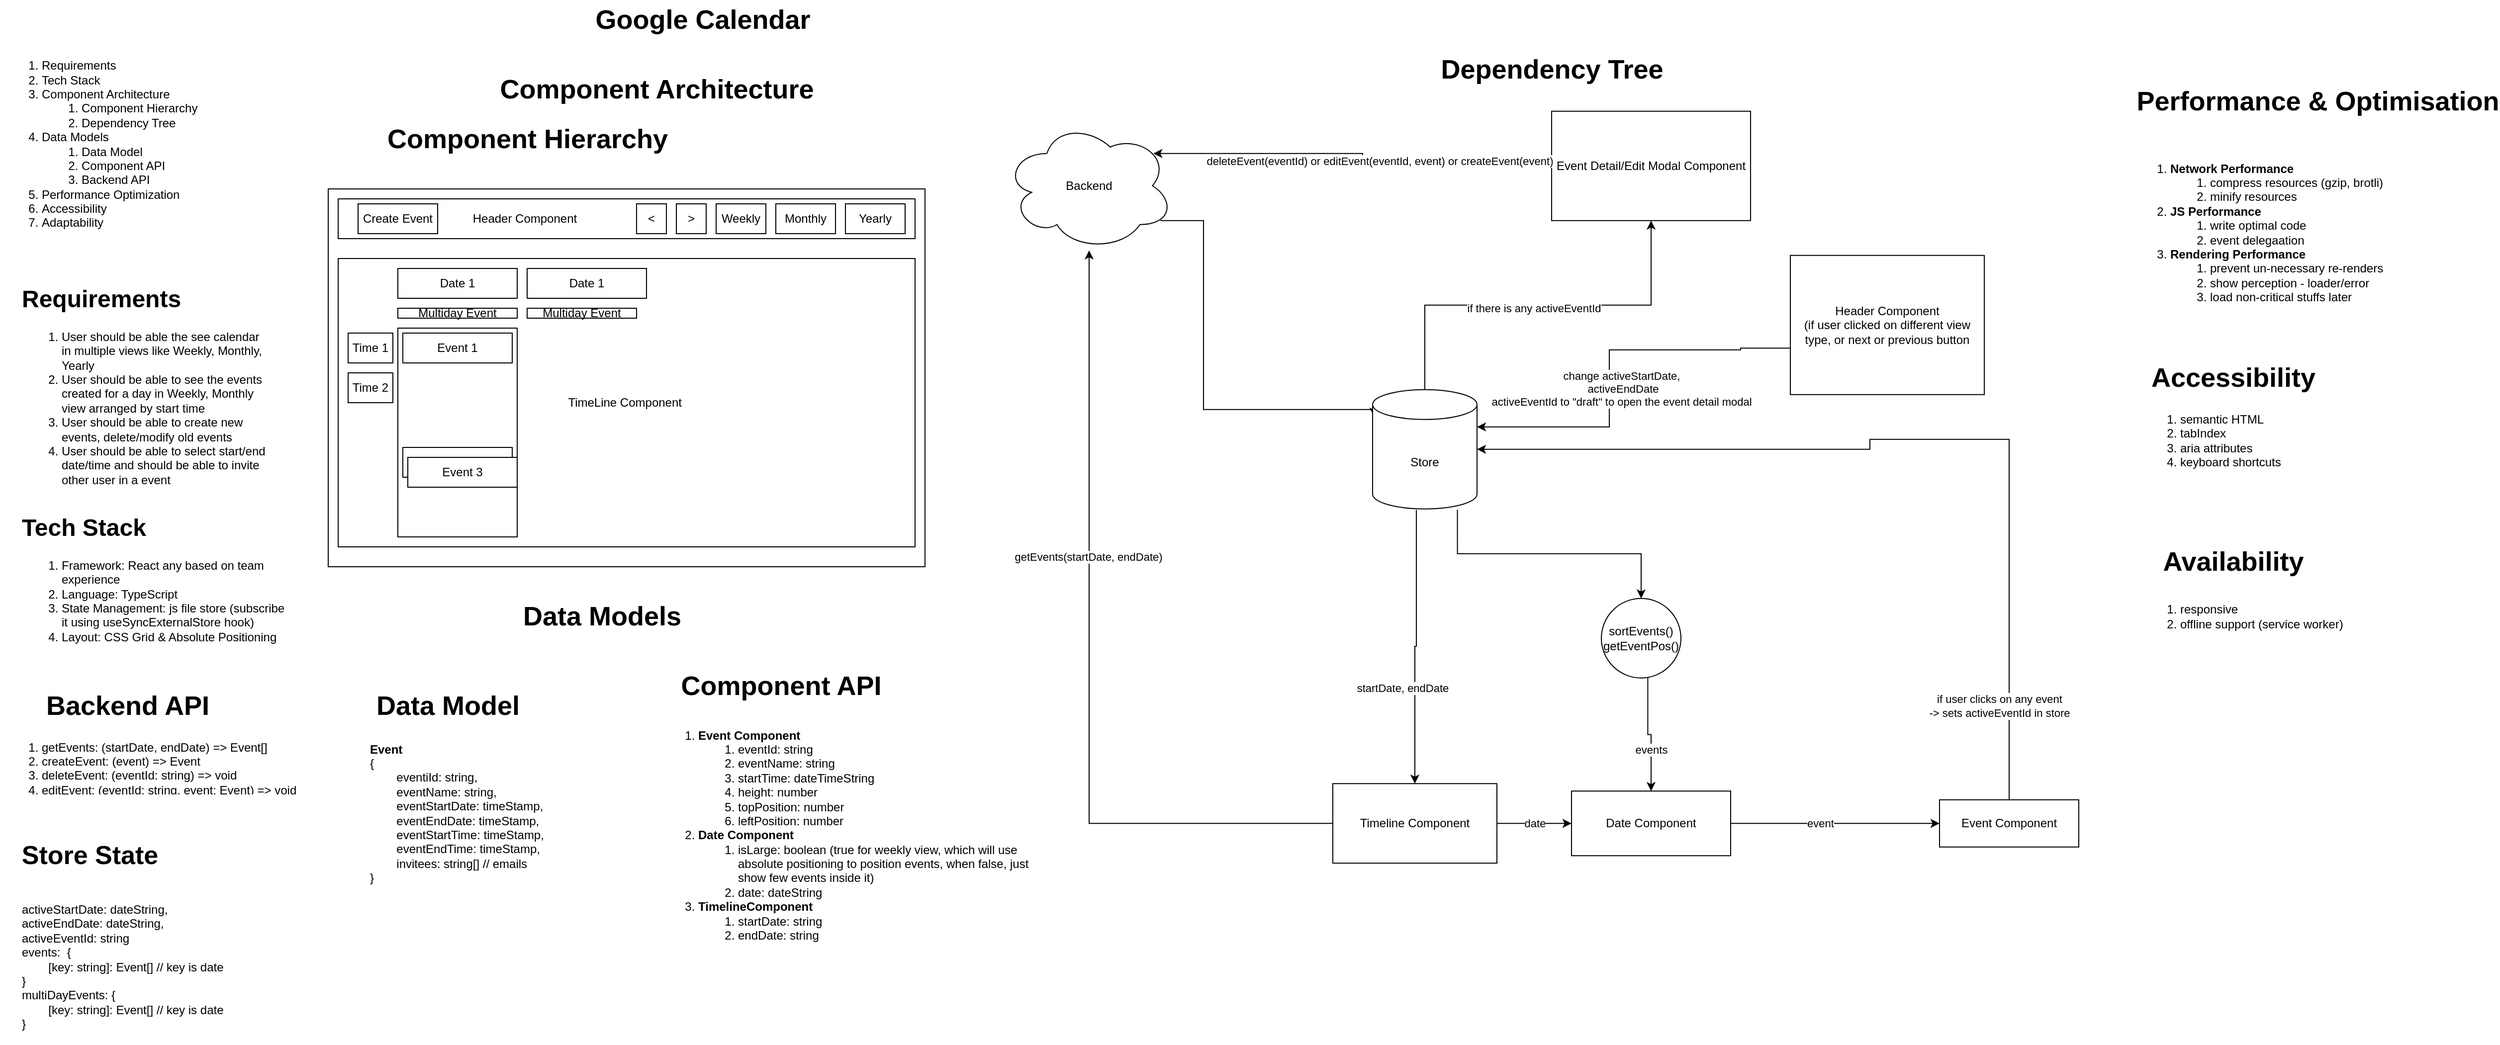
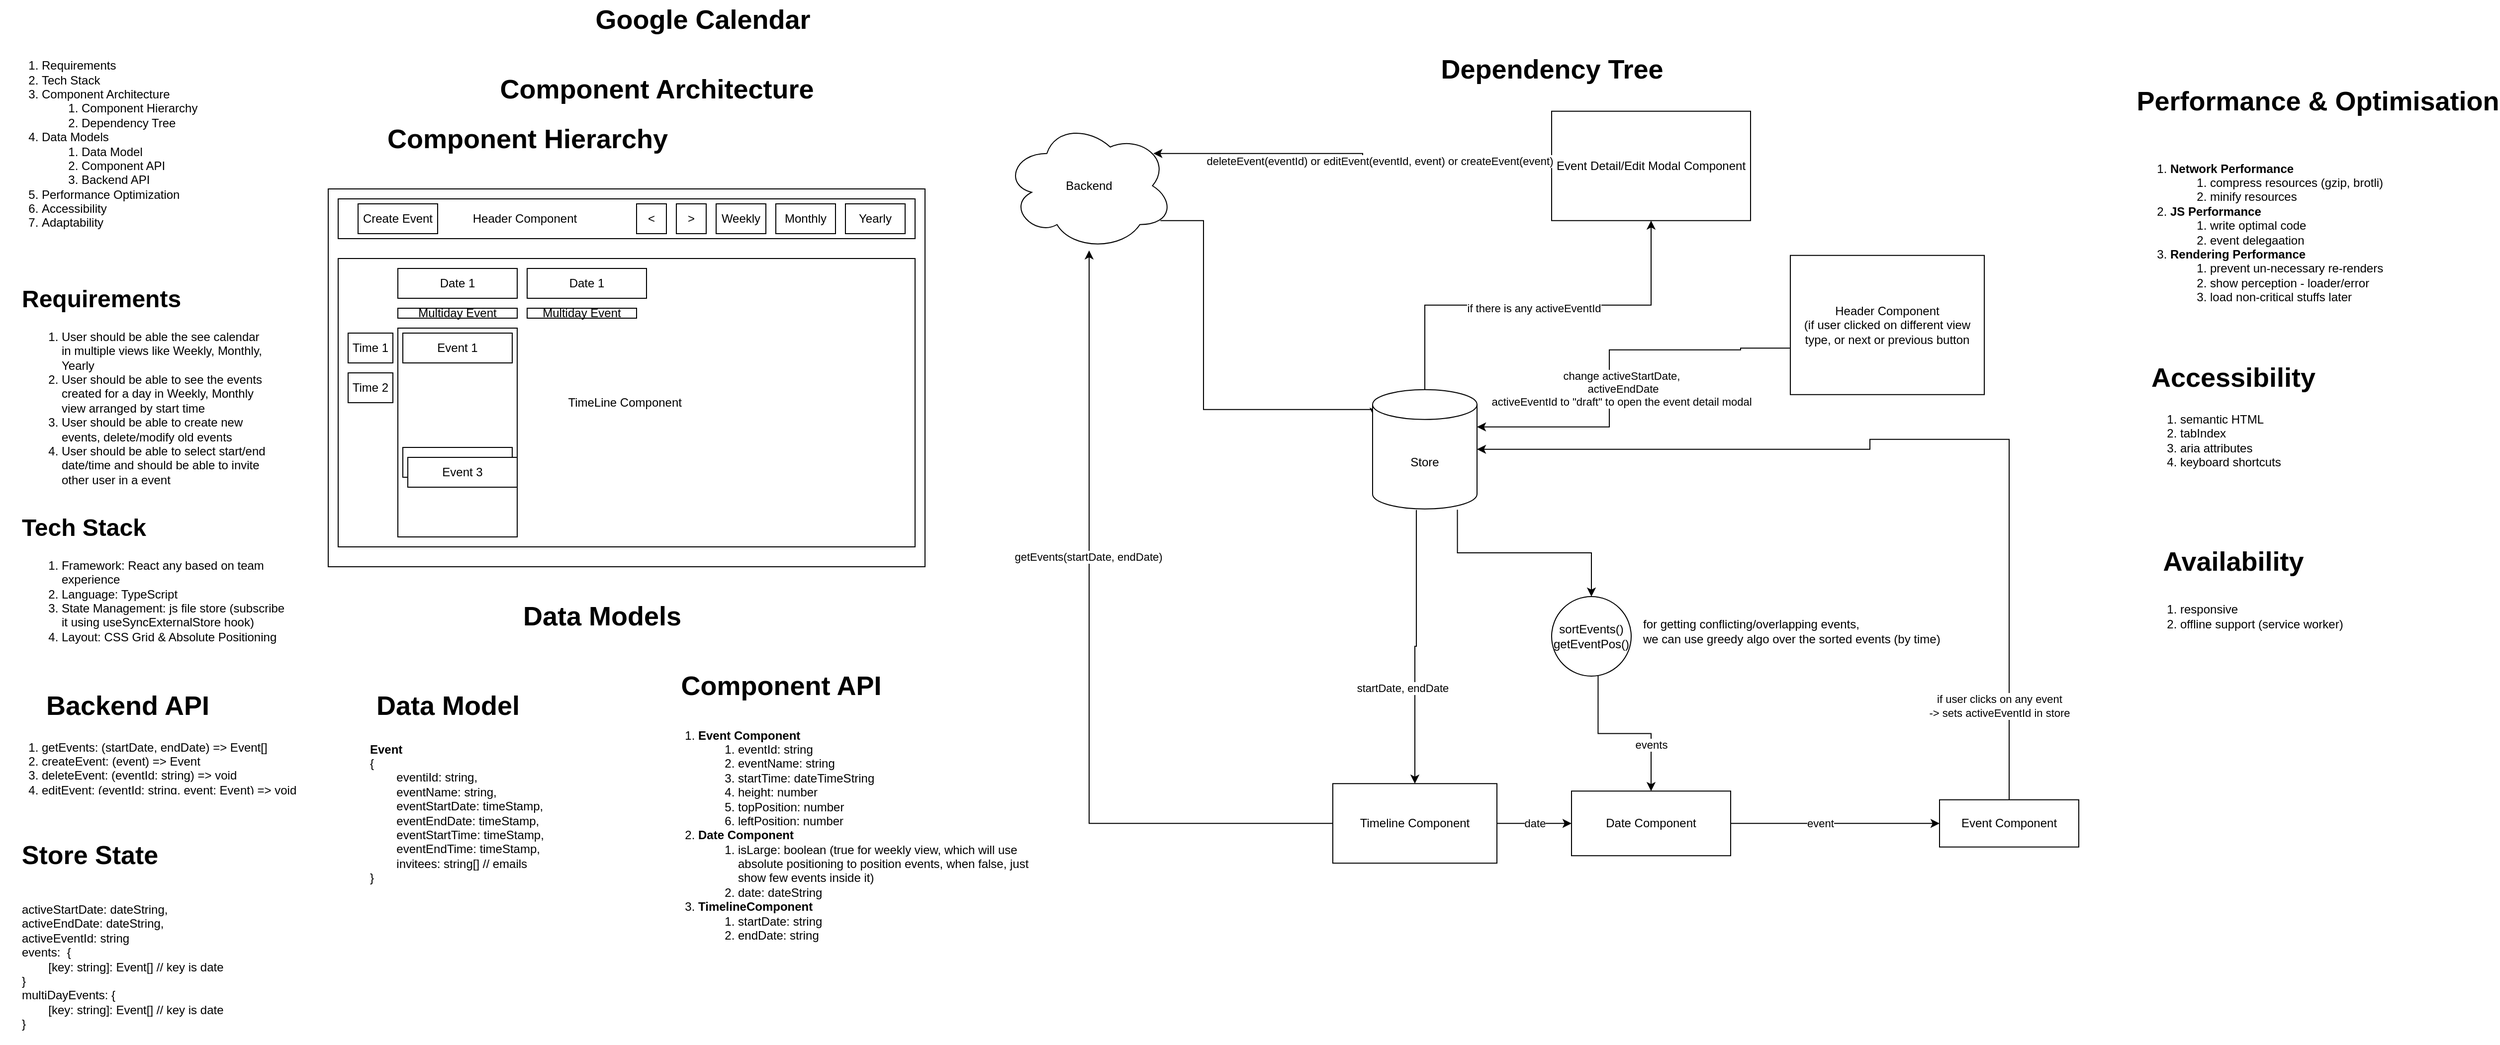
<mxfile host="app.diagrams.net">
  <diagram name="Page-1" id="C0fx_pGiKJPbEjXmc7cn">
-     <mxGraphModel dx="1991" dy="1400" grid="1" gridSize="10" guides="1" tooltips="1" connect="1" arrows="1" fold="1" page="1" pageScale="1" pageWidth="850" pageHeight="1100" math="0" shadow="0">
+     <mxGraphModel dx="1522" dy="1071" grid="1" gridSize="10" guides="1" tooltips="1" connect="1" arrows="1" fold="1" page="1" pageScale="1" pageWidth="850" pageHeight="1100" math="0" shadow="0">
      <root>
        <mxCell id="0" />
        <mxCell id="1" parent="0" />
        <mxCell id="1J0Z1twBoM3idAmu7u2K-1" parent="1" style="text;strokeColor=none;fillColor=none;html=1;fontSize=27;fontStyle=1;verticalAlign=middle;align=center;autosizeText=1;" value="Google Calendar&amp;nbsp;" vertex="1">
          <mxGeometry height="40" width="240" x="610" y="10" as="geometry" />
        </mxCell>
        <mxCell id="1J0Z1twBoM3idAmu7u2K-2" parent="1" style="text;html=1;whiteSpace=wrap;overflow=hidden;rounded=0;" value="&lt;h1 style=&quot;margin-top: 0px;&quot;&gt;Requirements&lt;/h1&gt;&lt;p&gt;&lt;/p&gt;&lt;ol&gt;&lt;li&gt;User should be able the see calendar in multiple views like Weekly, Monthly, Yearly&lt;br&gt;&lt;/li&gt;&lt;li&gt;User should be able to see the events created for a day in Weekly, Monthly view arranged by start time&lt;/li&gt;&lt;li&gt;User should be able to create new events, delete/modify old events&lt;/li&gt;&lt;li&gt;User should be able to select start/end date/time and should be able to invite other user in a event&lt;/li&gt;&lt;/ol&gt;&lt;p&gt;&lt;/p&gt;&lt;p&gt;&lt;br&gt;&lt;/p&gt;" vertex="1">
          <mxGeometry height="220" width="250" x="40" y="290" as="geometry" />
        </mxCell>
        <mxCell id="1J0Z1twBoM3idAmu7u2K-3" parent="1" style="text;strokeColor=none;fillColor=none;html=1;whiteSpace=wrap;verticalAlign=middle;overflow=hidden;" value="&lt;ol&gt;&lt;li&gt;Requirements&lt;/li&gt;&lt;li&gt;Tech Stack&lt;/li&gt;&lt;li&gt;Component Architecture&lt;/li&gt;&lt;ol&gt;&lt;li&gt;Component Hierarchy&amp;nbsp;&lt;/li&gt;&lt;li&gt;Dependency Tree&lt;/li&gt;&lt;/ol&gt;&lt;li&gt;Data Models&lt;/li&gt;&lt;ol&gt;&lt;li&gt;Data Model&lt;/li&gt;&lt;li&gt;Component API&lt;/li&gt;&lt;li&gt;Backend API&lt;/li&gt;&lt;/ol&gt;&lt;li&gt;Performance Optimization&amp;nbsp;&lt;/li&gt;&lt;li&gt;Accessibility&lt;/li&gt;&lt;li&gt;Adaptability&lt;/li&gt;&lt;/ol&gt;" vertex="1">
          <mxGeometry height="250" width="260" x="20" y="30" as="geometry" />
        </mxCell>
        <mxCell id="1J0Z1twBoM3idAmu7u2K-4" parent="1" style="text;html=1;whiteSpace=wrap;overflow=hidden;rounded=0;" value="&lt;h1 style=&quot;margin-top: 0px;&quot;&gt;Tech Stack&lt;/h1&gt;&lt;p&gt;&lt;/p&gt;&lt;ol&gt;&lt;li&gt;Framework: React any based on team experience&lt;/li&gt;&lt;li&gt;Language: TypeScript&lt;/li&gt;&lt;li&gt;State Management: js file store (subscribe it using useSyncExternalStore hook)&lt;/li&gt;&lt;li&gt;Layout: CSS Grid &amp;amp; Absolute Positioning&amp;nbsp;&lt;/li&gt;&lt;/ol&gt;" vertex="1">
          <mxGeometry height="140" width="270" x="40" y="520" as="geometry" />
        </mxCell>
        <mxCell id="1J0Z1twBoM3idAmu7u2K-5" parent="1" style="text;strokeColor=none;fillColor=none;html=1;fontSize=27;fontStyle=1;verticalAlign=middle;align=center;autosizeText=1;" value="Component Architecture" vertex="1">
          <mxGeometry height="40" width="360" x="500" y="80" as="geometry" />
        </mxCell>
        <mxCell id="1J0Z1twBoM3idAmu7u2K-6" parent="1" style="text;strokeColor=none;fillColor=none;html=1;fontSize=27;fontStyle=1;verticalAlign=middle;align=center;autosizeText=1;" value="Component Hierarchy" vertex="1">
          <mxGeometry height="40" width="360" x="370" y="130" as="geometry" />
        </mxCell>
        <mxCell id="1J0Z1twBoM3idAmu7u2K-7" parent="1" style="rounded=0;whiteSpace=wrap;html=1;" value="" vertex="1">
          <mxGeometry height="380" width="600" x="350" y="200" as="geometry" />
        </mxCell>
        <mxCell id="1J0Z1twBoM3idAmu7u2K-8" parent="1" style="rounded=0;whiteSpace=wrap;html=1;align=left;" value="&lt;span style=&quot;white-space: pre;&quot;&gt;&lt;span style=&quot;white-space: pre;&quot;&gt;&#x9;&lt;/span&gt;&lt;span style=&quot;white-space: pre;&quot;&gt;&#x9;&lt;/span&gt;&#x9;&lt;/span&gt;&lt;span style=&quot;white-space: pre;&quot;&gt;&#x9;&lt;/span&gt;&lt;span style=&quot;white-space: pre;&quot;&gt;&#x9;&lt;/span&gt;Header Component" vertex="1">
          <mxGeometry height="40" width="580" x="360" y="210" as="geometry" />
        </mxCell>
        <mxCell id="1J0Z1twBoM3idAmu7u2K-9" parent="1" style="rounded=0;whiteSpace=wrap;html=1;" value="Weekly" vertex="1">
          <mxGeometry height="30" width="50" x="740" y="215" as="geometry" />
        </mxCell>
        <mxCell id="1J0Z1twBoM3idAmu7u2K-10" parent="1" style="rounded=0;whiteSpace=wrap;html=1;" value="Monthly" vertex="1">
          <mxGeometry height="30" width="60" x="800" y="215" as="geometry" />
        </mxCell>
        <mxCell id="1J0Z1twBoM3idAmu7u2K-11" parent="1" style="rounded=0;whiteSpace=wrap;html=1;" value="Yearly" vertex="1">
          <mxGeometry height="30" width="60" x="870" y="215" as="geometry" />
        </mxCell>
        <mxCell id="1J0Z1twBoM3idAmu7u2K-21" parent="1" style="rounded=0;whiteSpace=wrap;html=1;" value="TimeLine Component&amp;nbsp;" vertex="1">
          <mxGeometry height="290" width="580" x="360" y="270" as="geometry" />
        </mxCell>
        <mxCell id="1J0Z1twBoM3idAmu7u2K-12" parent="1" style="rounded=0;whiteSpace=wrap;html=1;" value="Create Event" vertex="1">
          <mxGeometry height="30" width="80" x="380" y="215" as="geometry" />
        </mxCell>
        <mxCell id="1J0Z1twBoM3idAmu7u2K-13" parent="1" style="rounded=0;whiteSpace=wrap;html=1;" value="" vertex="1">
          <mxGeometry height="210" width="120" x="420" y="340" as="geometry" />
        </mxCell>
        <mxCell id="1J0Z1twBoM3idAmu7u2K-15" parent="1" style="rounded=0;whiteSpace=wrap;html=1;" value="Date 1" vertex="1">
          <mxGeometry height="30" width="120" x="420" y="280" as="geometry" />
        </mxCell>
        <mxCell id="1J0Z1twBoM3idAmu7u2K-16" parent="1" style="rounded=0;whiteSpace=wrap;html=1;" value="Time 1" vertex="1">
          <mxGeometry height="30" width="45" x="370" y="345" as="geometry" />
        </mxCell>
        <mxCell id="1J0Z1twBoM3idAmu7u2K-17" parent="1" style="rounded=0;whiteSpace=wrap;html=1;" value="Time 2" vertex="1">
          <mxGeometry height="30" width="45" x="370" y="385" as="geometry" />
        </mxCell>
        <mxCell id="1J0Z1twBoM3idAmu7u2K-18" parent="1" style="rounded=0;whiteSpace=wrap;html=1;" value="Event 1" vertex="1">
          <mxGeometry height="30" width="110" x="425" y="345" as="geometry" />
        </mxCell>
        <mxCell id="1J0Z1twBoM3idAmu7u2K-19" parent="1" style="rounded=0;whiteSpace=wrap;html=1;" value="Event 1" vertex="1">
          <mxGeometry height="30" width="110" x="425" y="460" as="geometry" />
        </mxCell>
        <mxCell id="1J0Z1twBoM3idAmu7u2K-20" parent="1" style="rounded=0;whiteSpace=wrap;html=1;" value="Event 3" vertex="1">
          <mxGeometry height="30" width="110" x="430" y="470" as="geometry" />
        </mxCell>
        <mxCell id="1J0Z1twBoM3idAmu7u2K-22" parent="1" style="text;strokeColor=none;fillColor=none;html=1;fontSize=27;fontStyle=1;verticalAlign=middle;align=center;autosizeText=1;" value="Data Models" vertex="1">
          <mxGeometry height="40" width="180" x="535" y="610" as="geometry" />
        </mxCell>
        <mxCell id="1J0Z1twBoM3idAmu7u2K-23" parent="1" style="text;strokeColor=none;fillColor=none;html=1;fontSize=27;fontStyle=1;verticalAlign=middle;align=center;autosizeText=1;" value="Data Model" vertex="1">
          <mxGeometry height="40" width="160" x="390" y="700" as="geometry" />
        </mxCell>
        <mxCell id="1J0Z1twBoM3idAmu7u2K-24" parent="1" style="text;html=1;whiteSpace=wrap;strokeColor=none;fillColor=none;align=left;verticalAlign=middle;rounded=0;" value="&lt;div&gt;&lt;b&gt;Event&lt;/b&gt;&lt;/div&gt;{&lt;div&gt;&lt;span style=&quot;white-space: pre;&quot;&gt;&lt;span style=&quot;white-space: pre;&quot;&gt;&#x9;&lt;/span&gt;eventiId: string,&lt;/span&gt;&lt;/div&gt;&lt;div&gt;&lt;span style=&quot;white-space: pre;&quot;&gt;&lt;span style=&quot;white-space: pre;&quot;&gt;&#x9;eventName: string,&lt;/span&gt;&lt;/span&gt;&lt;/div&gt;&lt;div&gt;&lt;span style=&quot;white-space: pre;&quot;&gt;&lt;span style=&quot;white-space: pre;&quot;&gt;&#x9;eventStartDate: &lt;/span&gt;&lt;/span&gt;&lt;span style=&quot;white-space: pre;&quot;&gt;timeStamp&lt;/span&gt;&lt;span style=&quot;white-space: pre;&quot;&gt;&lt;span style=&quot;white-space: pre;&quot;&gt;,&lt;/span&gt;&lt;/span&gt;&lt;/div&gt;&lt;div&gt;&lt;span style=&quot;white-space: pre;&quot;&gt;&#x9;eventEndDate: &lt;/span&gt;&lt;span style=&quot;white-space: pre;&quot;&gt;timeStamp&lt;/span&gt;&lt;span style=&quot;white-space: pre;&quot;&gt;,&lt;/span&gt;&lt;/div&gt;&lt;div&gt;&lt;span style=&quot;white-space: pre;&quot;&gt;&lt;span style=&quot;white-space: pre;&quot;&gt;&#x9;&lt;/span&gt;&lt;/span&gt;&lt;span style=&quot;white-space: pre;&quot;&gt;eventStartTime: timeStamp,&lt;/span&gt;&lt;/div&gt;&lt;div&gt;&lt;span style=&quot;white-space: pre;&quot;&gt;&#x9;&lt;/span&gt;&lt;span style=&quot;white-space: pre;&quot;&gt;eventEndTime: &lt;/span&gt;&lt;span style=&quot;white-space: pre;&quot;&gt;timeStamp&lt;/span&gt;&lt;span style=&quot;white-space: pre;&quot;&gt;,&lt;/span&gt;&lt;/div&gt;&lt;div&gt;&lt;span style=&quot;white-space: pre;&quot;&gt;&lt;span style=&quot;white-space: pre;&quot;&gt;&#x9;invitees: string[] // emails&lt;/span&gt;&lt;br&gt;&lt;/span&gt;&lt;div&gt;}&lt;/div&gt;&lt;/div&gt;" vertex="1">
          <mxGeometry height="135" width="220" x="390" y="760" as="geometry" />
        </mxCell>
        <mxCell id="1J0Z1twBoM3idAmu7u2K-25" parent="1" style="text;strokeColor=none;fillColor=none;html=1;fontSize=27;fontStyle=1;verticalAlign=middle;align=center;autosizeText=1;" value="Component API" vertex="1">
          <mxGeometry height="40" width="250" x="680" y="680" as="geometry" />
        </mxCell>
        <mxCell id="1J0Z1twBoM3idAmu7u2K-27" parent="1" style="text;strokeColor=none;fillColor=none;html=1;whiteSpace=wrap;verticalAlign=middle;overflow=hidden;" value="&lt;ol&gt;&lt;li&gt;&lt;b&gt;Event Component&lt;/b&gt;&lt;/li&gt;&lt;ol&gt;&lt;li&gt;eventId: string&lt;/li&gt;&lt;li&gt;eventName: string&lt;/li&gt;&lt;li&gt;startTime:&amp;nbsp;&lt;span style=&quot;white-space: pre;&quot;&gt;dateTimeString&lt;/span&gt;&lt;/li&gt;&lt;li&gt;height: number&lt;/li&gt;&lt;li&gt;topPosition: number&lt;/li&gt;&lt;li&gt;leftPosition: number&lt;/li&gt;&lt;/ol&gt;&lt;li&gt;&lt;b&gt;Date Component&lt;/b&gt;&lt;/li&gt;&lt;ol&gt;&lt;li&gt;isLarge: boolean (true for weekly view, which will use absolute positioning to position events, when false, just show few events inside it)&lt;/li&gt;&lt;li&gt;date: dateString&lt;/li&gt;&lt;/ol&gt;&lt;li&gt;&lt;b&gt;TimelineComponent&lt;/b&gt;&lt;/li&gt;&lt;ol&gt;&lt;li&gt;startDate: string&lt;/li&gt;&lt;li&gt;endDate: string&lt;/li&gt;&lt;/ol&gt;&lt;/ol&gt;" vertex="1">
          <mxGeometry height="260" width="390" x="680" y="720" as="geometry" />
        </mxCell>
        <mxCell id="1J0Z1twBoM3idAmu7u2K-28" parent="1" style="rounded=0;whiteSpace=wrap;html=1;" value="&amp;lt;" vertex="1">
          <mxGeometry height="30" width="30" x="660" y="215" as="geometry" />
        </mxCell>
        <mxCell id="1J0Z1twBoM3idAmu7u2K-29" parent="1" style="rounded=0;whiteSpace=wrap;html=1;" value="&amp;gt;" vertex="1">
          <mxGeometry height="30" width="30" x="700" y="215" as="geometry" />
        </mxCell>
        <mxCell id="1J0Z1twBoM3idAmu7u2K-30" parent="1" style="text;strokeColor=none;fillColor=none;html=1;fontSize=27;fontStyle=1;verticalAlign=middle;align=center;autosizeText=1;" value="Backend API" vertex="1">
          <mxGeometry height="40" width="195" x="50" y="700" as="geometry" />
        </mxCell>
        <mxCell id="1J0Z1twBoM3idAmu7u2K-32" parent="1" style="text;strokeColor=none;fillColor=none;html=1;whiteSpace=wrap;verticalAlign=middle;overflow=hidden;" value="&lt;ol&gt;&lt;li&gt;getEvents: (startDate, endDate) =&amp;gt; Event[]&lt;/li&gt;&lt;li&gt;createEvent: (event) =&amp;gt; Event&lt;/li&gt;&lt;li&gt;deleteEvent: (eventId: string) =&amp;gt; void&lt;/li&gt;&lt;li&gt;editEvent: (eventId: string, event: Event) =&amp;gt; void&lt;/li&gt;&lt;/ol&gt;" vertex="1">
          <mxGeometry height="70" width="310" x="20" y="740" as="geometry" />
        </mxCell>
        <mxCell id="1J0Z1twBoM3idAmu7u2K-33" parent="1" style="text;strokeColor=none;fillColor=none;html=1;fontSize=27;fontStyle=1;verticalAlign=middle;align=center;autosizeText=1;" value="Dependency Tree" vertex="1">
          <mxGeometry height="40" width="360" x="1400" y="60.00000000000001" as="geometry" />
        </mxCell>
        <mxCell id="1J0Z1twBoM3idAmu7u2K-42" edge="1" parent="1" source="1J0Z1twBoM3idAmu7u2K-34" style="edgeStyle=orthogonalEdgeStyle;rounded=0;orthogonalLoop=1;jettySize=auto;html=1;entryX=0.014;entryY=0.227;entryDx=0;entryDy=0;entryPerimeter=0;" target="1J0Z1twBoM3idAmu7u2K-36">
          <mxGeometry relative="1" as="geometry">
            <Array as="points">
              <mxPoint x="1230" y="231.87" />
              <mxPoint x="1230" y="421.87" />
              <mxPoint x="1402" y="421.87" />
            </Array>
            <mxPoint x="1410" y="431.87" as="targetPoint" />
          </mxGeometry>
        </mxCell>
        <mxCell id="1J0Z1twBoM3idAmu7u2K-34" parent="1" style="ellipse;shape=cloud;whiteSpace=wrap;html=1;" value="Backend" vertex="1">
          <mxGeometry height="130" width="170" x="1030" y="131.87" as="geometry" />
        </mxCell>
        <mxCell id="1J0Z1twBoM3idAmu7u2K-59" edge="1" parent="1" source="1J0Z1twBoM3idAmu7u2K-36" style="edgeStyle=orthogonalEdgeStyle;rounded=0;orthogonalLoop=1;jettySize=auto;html=1;exitX=0.5;exitY=0;exitDx=0;exitDy=0;exitPerimeter=0;entryX=0.5;entryY=1;entryDx=0;entryDy=0;" target="1J0Z1twBoM3idAmu7u2K-50">
          <mxGeometry relative="1" as="geometry">
            <mxPoint x="1560" y="256.87" as="targetPoint" />
          </mxGeometry>
        </mxCell>
        <mxCell id="1J0Z1twBoM3idAmu7u2K-60" connectable="0" parent="1J0Z1twBoM3idAmu7u2K-59" style="edgeLabel;html=1;align=center;verticalAlign=middle;resizable=0;points=[];" value="if there is any activeEventId" vertex="1">
          <mxGeometry relative="1" x="-0.0214" y="-3" as="geometry">
            <mxPoint as="offset" />
          </mxGeometry>
        </mxCell>
        <mxCell id="1J0Z1twBoM3idAmu7u2K-75" edge="1" parent="1" source="1J0Z1twBoM3idAmu7u2K-79" style="edgeStyle=orthogonalEdgeStyle;rounded=0;orthogonalLoop=1;jettySize=auto;html=1;exitX=0.584;exitY=0.988;exitDx=0;exitDy=0;exitPerimeter=0;" target="1J0Z1twBoM3idAmu7u2K-51">
          <mxGeometry relative="1" as="geometry" />
        </mxCell>
        <mxCell id="1J0Z1twBoM3idAmu7u2K-76" connectable="0" parent="1J0Z1twBoM3idAmu7u2K-75" style="edgeLabel;html=1;align=center;verticalAlign=middle;resizable=0;points=[];" value="events" vertex="1">
          <mxGeometry relative="1" x="0.801" as="geometry">
            <mxPoint y="-30" as="offset" />
          </mxGeometry>
        </mxCell>
        <mxCell id="1J0Z1twBoM3idAmu7u2K-36" parent="1" style="shape=cylinder3;whiteSpace=wrap;html=1;boundedLbl=1;backgroundOutline=1;size=15;" value="Store" vertex="1">
          <mxGeometry height="120" width="105" x="1400" y="401.87" as="geometry" />
        </mxCell>
        <mxCell id="1J0Z1twBoM3idAmu7u2K-37" parent="1" style="text;strokeColor=none;fillColor=none;html=1;fontSize=26;fontStyle=1;verticalAlign=middle;align=center;autosizeText=1;" value="Store State" vertex="1">
          <mxGeometry height="40" width="140" x="40" y="850" as="geometry" />
        </mxCell>
        <mxCell id="1J0Z1twBoM3idAmu7u2K-38" parent="1" style="text;strokeColor=none;fillColor=none;html=1;whiteSpace=wrap;verticalAlign=middle;overflow=hidden;" value="&lt;div style=&quot;&quot;&gt;&lt;br&gt;activeStartDate: dateString,&lt;br&gt;activeEndDate: dateString,&lt;/div&gt;&lt;div style=&quot;&quot;&gt;activeEventId: string&lt;br&gt;events: &amp;nbsp;{&lt;br&gt;&lt;span style=&quot;white-space: pre;&quot;&gt;&#x9;[key: string]: Event[] // key is date&lt;/span&gt;&lt;br&gt;}&lt;br&gt;&lt;/div&gt;&lt;div style=&quot;&quot;&gt;multiDayEvents: {&lt;/div&gt;&lt;div style=&quot;&quot;&gt;&lt;span style=&quot;white-space: pre;&quot;&gt;&#x9;[key: string]: Event[] // key is date&lt;/span&gt;&lt;br&gt;&lt;/div&gt;&lt;div style=&quot;&quot;&gt;}&lt;/div&gt;" vertex="1">
          <mxGeometry height="170" width="330" x="40" y="890" as="geometry" />
        </mxCell>
        <mxCell id="1J0Z1twBoM3idAmu7u2K-40" edge="1" parent="1" source="1J0Z1twBoM3idAmu7u2K-39" style="edgeStyle=orthogonalEdgeStyle;rounded=0;orthogonalLoop=1;jettySize=auto;html=1;" target="1J0Z1twBoM3idAmu7u2K-34">
          <mxGeometry relative="1" as="geometry" />
        </mxCell>
        <mxCell id="1J0Z1twBoM3idAmu7u2K-41" connectable="0" parent="1J0Z1twBoM3idAmu7u2K-40" style="edgeLabel;html=1;align=center;verticalAlign=middle;resizable=0;points=[];" value="getEvents(startDate, endDate)" vertex="1">
          <mxGeometry relative="1" x="0.2507" y="1" as="geometry">
            <mxPoint as="offset" />
          </mxGeometry>
        </mxCell>
        <mxCell id="1J0Z1twBoM3idAmu7u2K-54" edge="1" parent="1" source="1J0Z1twBoM3idAmu7u2K-39" style="edgeStyle=orthogonalEdgeStyle;rounded=0;orthogonalLoop=1;jettySize=auto;html=1;" target="1J0Z1twBoM3idAmu7u2K-51" value="date">
          <mxGeometry relative="1" as="geometry" />
        </mxCell>
        <mxCell id="1J0Z1twBoM3idAmu7u2K-39" parent="1" style="rounded=0;whiteSpace=wrap;html=1;" value="Timeline Component" vertex="1">
          <mxGeometry height="80" width="165" x="1360" y="798.12" as="geometry" />
        </mxCell>
        <mxCell id="1J0Z1twBoM3idAmu7u2K-43" parent="1" style="rounded=0;whiteSpace=wrap;html=1;" value="Header Component&lt;div&gt;(if user clicked on different view type, or next or previous button&lt;/div&gt;" vertex="1">
          <mxGeometry height="140" width="195" x="1820" y="266.87" as="geometry" />
        </mxCell>
        <mxCell id="1J0Z1twBoM3idAmu7u2K-46" edge="1" parent="1" source="1J0Z1twBoM3idAmu7u2K-43" style="edgeStyle=orthogonalEdgeStyle;rounded=0;orthogonalLoop=1;jettySize=auto;html=1;entryX=1;entryY=0;entryDx=0;entryDy=37.5;entryPerimeter=0;exitX=-0.003;exitY=0.666;exitDx=0;exitDy=0;exitPerimeter=0;" target="1J0Z1twBoM3idAmu7u2K-36">
          <mxGeometry relative="1" as="geometry">
            <Array as="points">
              <mxPoint x="1770" y="359.87" />
              <mxPoint x="1770" y="361.87" />
              <mxPoint x="1638" y="361.87" />
              <mxPoint x="1638" y="439.87" />
            </Array>
          </mxGeometry>
        </mxCell>
        <mxCell id="1J0Z1twBoM3idAmu7u2K-47" connectable="0" parent="1J0Z1twBoM3idAmu7u2K-46" style="edgeLabel;html=1;align=center;verticalAlign=middle;resizable=0;points=[];" value="change activeStartDate,&lt;div&gt;&amp;nbsp;activeEndDate&lt;/div&gt;&lt;div&gt;activeEventId to &quot;draft&quot; to open the event detail modal&lt;/div&gt;" vertex="1">
          <mxGeometry relative="1" x="0.4415" y="-3" as="geometry">
            <mxPoint x="35" y="-36" as="offset" />
          </mxGeometry>
        </mxCell>
        <mxCell id="1J0Z1twBoM3idAmu7u2K-48" edge="1" parent="1" source="1J0Z1twBoM3idAmu7u2K-36" style="edgeStyle=orthogonalEdgeStyle;rounded=0;orthogonalLoop=1;jettySize=auto;html=1;entryX=0.5;entryY=0;entryDx=0;entryDy=0;exitX=0.419;exitY=1.008;exitDx=0;exitDy=0;exitPerimeter=0;" target="1J0Z1twBoM3idAmu7u2K-39">
          <mxGeometry relative="1" as="geometry" />
        </mxCell>
        <mxCell id="1J0Z1twBoM3idAmu7u2K-49" connectable="0" parent="1J0Z1twBoM3idAmu7u2K-48" style="edgeLabel;html=1;align=center;verticalAlign=middle;resizable=0;points=[];" value="startDate, endDate" vertex="1">
          <mxGeometry relative="1" x="-0.4667" y="1" as="geometry">
            <mxPoint x="-15" y="105" as="offset" />
          </mxGeometry>
        </mxCell>
        <mxCell id="1J0Z1twBoM3idAmu7u2K-50" parent="1" style="rounded=0;whiteSpace=wrap;html=1;" value="Event Detail/Edit Modal Component" vertex="1">
          <mxGeometry height="110" width="200" x="1580" y="121.87" as="geometry" />
        </mxCell>
        <mxCell id="1J0Z1twBoM3idAmu7u2K-51" parent="1" style="rounded=0;whiteSpace=wrap;html=1;" value="Date Component" vertex="1">
          <mxGeometry height="65" width="160" x="1600" y="805.62" as="geometry" />
        </mxCell>
        <mxCell id="1J0Z1twBoM3idAmu7u2K-52" parent="1" style="rounded=0;whiteSpace=wrap;html=1;" value="Event Component" vertex="1">
          <mxGeometry height="47.5" width="140" x="1970" y="814.37" as="geometry" />
        </mxCell>
        <mxCell id="1J0Z1twBoM3idAmu7u2K-57" edge="1" parent="1" source="1J0Z1twBoM3idAmu7u2K-52" style="edgeStyle=orthogonalEdgeStyle;rounded=0;orthogonalLoop=1;jettySize=auto;html=1;entryX=1;entryY=0.5;entryDx=0;entryDy=0;entryPerimeter=0;" target="1J0Z1twBoM3idAmu7u2K-36">
          <mxGeometry relative="1" as="geometry">
            <Array as="points">
              <mxPoint x="1900" y="451.87" />
            </Array>
          </mxGeometry>
        </mxCell>
        <mxCell id="1J0Z1twBoM3idAmu7u2K-58" connectable="0" parent="1J0Z1twBoM3idAmu7u2K-57" style="edgeLabel;html=1;align=center;verticalAlign=middle;resizable=0;points=[];" value="if user clicks on any event&lt;div&gt;-&amp;gt; sets activeEventId in store&lt;/div&gt;" vertex="1">
          <mxGeometry relative="1" x="-0.6545" as="geometry">
            <mxPoint x="-10" y="62" as="offset" />
          </mxGeometry>
        </mxCell>
        <mxCell id="1J0Z1twBoM3idAmu7u2K-61" edge="1" parent="1" source="1J0Z1twBoM3idAmu7u2K-50" style="edgeStyle=orthogonalEdgeStyle;rounded=0;orthogonalLoop=1;jettySize=auto;html=1;entryX=0.88;entryY=0.25;entryDx=0;entryDy=0;entryPerimeter=0;" target="1J0Z1twBoM3idAmu7u2K-34">
          <mxGeometry relative="1" as="geometry" />
        </mxCell>
        <mxCell id="1J0Z1twBoM3idAmu7u2K-62" connectable="0" parent="1J0Z1twBoM3idAmu7u2K-61" style="edgeLabel;html=1;align=center;verticalAlign=middle;resizable=0;points=[];" value="deleteEvent(eventId) or editEvent(eventId, event) or createEvent(event)" vertex="1">
          <mxGeometry relative="1" x="-0.1276" y="-1" as="geometry">
            <mxPoint x="7" y="-4" as="offset" />
          </mxGeometry>
        </mxCell>
        <mxCell id="1J0Z1twBoM3idAmu7u2K-64" parent="1" style="text;strokeColor=none;fillColor=none;html=1;fontSize=27;fontStyle=1;verticalAlign=middle;align=center;autosizeText=1;" value="Performance &amp;amp; Optimisation" vertex="1">
          <mxGeometry height="40" width="360" x="2169.91" y="91.87" as="geometry" />
        </mxCell>
        <mxCell id="1J0Z1twBoM3idAmu7u2K-65" parent="1" style="text;strokeColor=none;fillColor=none;html=1;whiteSpace=wrap;verticalAlign=middle;overflow=hidden;" value="&lt;ol&gt;&lt;li&gt;&lt;b&gt;Network Performance&lt;/b&gt;&lt;/li&gt;&lt;ol&gt;&lt;li&gt;compress resources (gzip, brotli)&lt;/li&gt;&lt;li&gt;minify resources&lt;/li&gt;&lt;/ol&gt;&lt;li&gt;&lt;b&gt;JS Performance&lt;/b&gt;&lt;/li&gt;&lt;ol&gt;&lt;li&gt;write optimal code&lt;/li&gt;&lt;li&gt;event delegaation&lt;/li&gt;&lt;/ol&gt;&lt;li&gt;&lt;b&gt;Rendering Performance&lt;/b&gt;&lt;/li&gt;&lt;ol&gt;&lt;li&gt;prevent un-necessary re-renders&lt;/li&gt;&lt;li&gt;show perception - loader/error&lt;/li&gt;&lt;li&gt;load non-critical stuffs later&lt;/li&gt;&lt;/ol&gt;&lt;/ol&gt;" vertex="1">
          <mxGeometry height="180" width="280" x="2159.91" y="154" as="geometry" />
        </mxCell>
        <mxCell id="1J0Z1twBoM3idAmu7u2K-66" parent="1" style="text;strokeColor=none;fillColor=none;html=1;fontSize=27;fontStyle=1;verticalAlign=middle;align=center;autosizeText=1;" value="Accessibility" vertex="1">
          <mxGeometry height="40" width="190" x="2169.91" y="370" as="geometry" />
        </mxCell>
        <mxCell id="1J0Z1twBoM3idAmu7u2K-67" parent="1" style="text;strokeColor=none;fillColor=none;html=1;whiteSpace=wrap;verticalAlign=middle;overflow=hidden;" value="&lt;ol&gt;&lt;li&gt;semantic HTML&lt;/li&gt;&lt;li&gt;tabIndex&lt;/li&gt;&lt;li&gt;aria attributes&lt;/li&gt;&lt;li&gt;keyboard shortcuts&lt;/li&gt;&lt;/ol&gt;" vertex="1">
          <mxGeometry height="85" width="220" x="2169.91" y="410" as="geometry" />
        </mxCell>
        <mxCell id="1J0Z1twBoM3idAmu7u2K-69" parent="1" style="text;strokeColor=none;fillColor=none;html=1;fontSize=27;fontStyle=1;verticalAlign=middle;align=center;autosizeText=1;" value="Availability" vertex="1">
          <mxGeometry height="40" width="190" x="2169.91" y="555" as="geometry" />
        </mxCell>
        <mxCell id="1J0Z1twBoM3idAmu7u2K-70" parent="1" style="text;strokeColor=none;fillColor=none;html=1;whiteSpace=wrap;verticalAlign=middle;overflow=hidden;" value="&lt;ol&gt;&lt;li&gt;responsive&amp;nbsp;&lt;/li&gt;&lt;li&gt;offline support (service worker)&lt;/li&gt;&lt;/ol&gt;" vertex="1">
          <mxGeometry height="70" width="220" x="2169.91" y="595" as="geometry" />
        </mxCell>
        <mxCell id="1J0Z1twBoM3idAmu7u2K-71" edge="1" parent="1" source="1J0Z1twBoM3idAmu7u2K-51" style="edgeStyle=orthogonalEdgeStyle;rounded=0;orthogonalLoop=1;jettySize=auto;html=1;" target="1J0Z1twBoM3idAmu7u2K-52" value="">
          <mxGeometry relative="1" as="geometry">
            <mxPoint x="1760" y="837.87" as="sourcePoint" />
            <mxPoint x="1840" y="871.87" as="targetPoint" />
          </mxGeometry>
        </mxCell>
        <mxCell id="1J0Z1twBoM3idAmu7u2K-74" connectable="0" parent="1J0Z1twBoM3idAmu7u2K-71" style="edgeLabel;html=1;align=center;verticalAlign=middle;resizable=0;points=[];" value="event" vertex="1">
          <mxGeometry relative="1" x="-0.6133" y="2" as="geometry">
            <mxPoint x="49" y="2" as="offset" />
          </mxGeometry>
        </mxCell>
        <mxCell id="1J0Z1twBoM3idAmu7u2K-77" edge="1" parent="1" source="1J0Z1twBoM3idAmu7u2K-36" style="edgeStyle=orthogonalEdgeStyle;rounded=0;orthogonalLoop=1;jettySize=auto;html=1;exitX=0.812;exitY=1.006;exitDx=0;exitDy=0;exitPerimeter=0;" target="1J0Z1twBoM3idAmu7u2K-79" value="">
          <mxGeometry relative="1" as="geometry">
            <mxPoint x="1485" y="522.87" as="sourcePoint" />
            <mxPoint x="1680" y="805.87" as="targetPoint" />
          </mxGeometry>
        </mxCell>
        <mxCell id="1J0Z1twBoM3idAmu7u2K-79" parent="1" style="ellipse;whiteSpace=wrap;html=1;aspect=fixed;" value="sortEvents()&lt;div&gt;getEventPos()&lt;/div&gt;" vertex="1">
-           <mxGeometry height="80" width="80" x="1630" y="611.87" as="geometry" />
+           <mxGeometry height="80" width="80" x="1580" y="610" as="geometry" />
        </mxCell>
        <mxCell id="1J0Z1twBoM3idAmu7u2K-84" parent="1" style="rounded=0;whiteSpace=wrap;html=1;" value="Date 1" vertex="1">
          <mxGeometry height="30" width="120" x="550" y="280" as="geometry" />
        </mxCell>
        <mxCell id="1J0Z1twBoM3idAmu7u2K-85" parent="1" style="rounded=0;whiteSpace=wrap;html=1;" value="Multiday Event" vertex="1">
          <mxGeometry height="10" width="120" x="420" y="320" as="geometry" />
        </mxCell>
        <mxCell id="1J0Z1twBoM3idAmu7u2K-86" parent="1" style="rounded=0;whiteSpace=wrap;html=1;" value="Multiday Event" vertex="1">
          <mxGeometry height="10" width="110" x="550" y="320" as="geometry" />
+         </mxCell>
+         <mxCell id="KB2mAP6CRyAKBxz2i4kA-1" parent="1" style="text;html=1;whiteSpace=wrap;strokeColor=none;fillColor=none;align=left;verticalAlign=middle;rounded=0;autosize=1;resizable=0;" value="for getting conflicting/overlapping events,&amp;nbsp;&lt;div&gt;we can use greedy algo over the sorted events (by time)&lt;/div&gt;" vertex="1">
+           <mxGeometry height="40" width="320" x="1670" y="625" as="geometry" />
        </mxCell>
      </root>
    </mxGraphModel>
  </diagram>
</mxfile>
